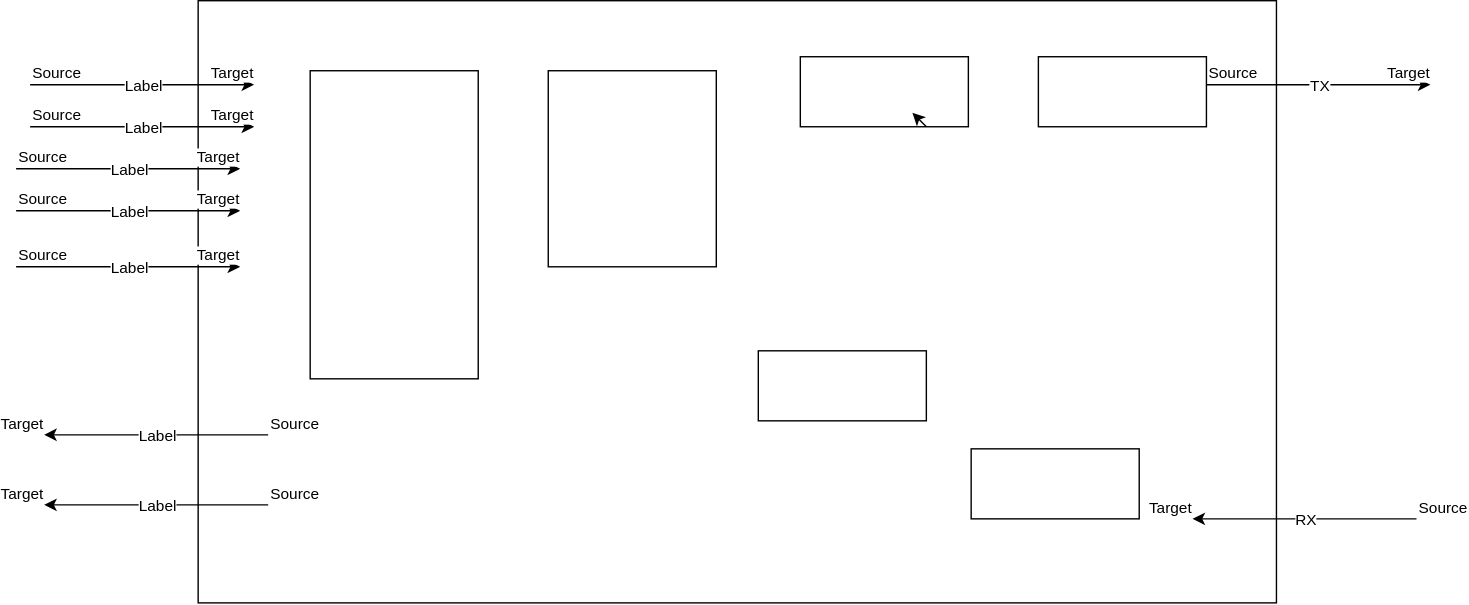
TushaFalia/Assignment keeps this draw.io diagram as Diagrams/apb_uart.drawio.svg. Above is the earlier version. Source tidied: cells renumbered, new cells last; positions are measured from the earlier drawing's top-left corner, leaving out a move shared by most shapes. The source it was exported from:
```xml
<mxGraphModel>
  <root>
    <mxCell id="0" />
    <mxCell id="1" parent="0" />
    <mxCell id="2" style="rounded=0;whiteSpace=wrap;html=1;" parent="1" vertex="1">
      <mxGeometry x="130" width="770" height="430" as="geometry" />
    </mxCell>
    <mxCell id="3" style="endArrow=classic;html=1;" parent="1" edge="1">
      <mxGeometry relative="1" as="geometry">
        <mxPoint x="850" y="60" as="sourcePoint" />
        <mxPoint x="1010" y="60" as="targetPoint" />
      </mxGeometry>
    </mxCell>
    <mxCell id="4" value="TX" style="edgeLabel;html=1;align=center;verticalAlign=middle;" parent="3" vertex="1">
      <mxGeometry relative="1" as="geometry" />
    </mxCell>
    <mxCell id="5" value="Source" style="edgeLabel;html=1;align=left;verticalAlign=bottom;" parent="3" vertex="1">
      <mxGeometry x="-1" relative="1" as="geometry" />
    </mxCell>
    <mxCell id="6" value="Target" style="edgeLabel;html=1;align=right;verticalAlign=bottom;" parent="3" vertex="1">
      <mxGeometry x="1" relative="1" as="geometry" />
    </mxCell>
    <mxCell id="7" style="endArrow=classic;html=1;" parent="1" edge="1">
      <mxGeometry relative="1" as="geometry">
        <mxPoint x="1000" y="370" as="sourcePoint" />
        <mxPoint x="840" y="370" as="targetPoint" />
      </mxGeometry>
    </mxCell>
    <mxCell id="8" value="RX" style="edgeLabel;html=1;align=center;verticalAlign=middle;" parent="7" vertex="1">
      <mxGeometry relative="1" as="geometry" />
    </mxCell>
    <mxCell id="9" value="Source" style="edgeLabel;html=1;align=left;verticalAlign=bottom;" parent="7" vertex="1">
      <mxGeometry x="-1" relative="1" as="geometry" />
    </mxCell>
    <mxCell id="10" value="Target" style="edgeLabel;html=1;align=right;verticalAlign=bottom;" parent="7" vertex="1">
      <mxGeometry x="1" relative="1" as="geometry" />
    </mxCell>
    <mxCell id="11" style="endArrow=classic;html=1;" parent="1" edge="1">
      <mxGeometry relative="1" as="geometry">
        <mxPoint x="10" y="60" as="sourcePoint" />
        <mxPoint x="170" y="60" as="targetPoint" />
      </mxGeometry>
    </mxCell>
    <mxCell id="12" value="Label" style="edgeLabel;html=1;align=center;verticalAlign=middle;" parent="11" vertex="1">
      <mxGeometry relative="1" as="geometry" />
    </mxCell>
    <mxCell id="13" value="Source" style="edgeLabel;html=1;align=left;verticalAlign=bottom;" parent="11" vertex="1">
      <mxGeometry x="-1" relative="1" as="geometry" />
    </mxCell>
    <mxCell id="14" value="Target" style="edgeLabel;html=1;align=right;verticalAlign=bottom;" parent="11" vertex="1">
      <mxGeometry x="1" relative="1" as="geometry" />
    </mxCell>
    <mxCell id="15" style="endArrow=classic;html=1;" parent="1" edge="1">
      <mxGeometry relative="1" as="geometry">
        <mxPoint x="10" y="90" as="sourcePoint" />
        <mxPoint x="170" y="90" as="targetPoint" />
      </mxGeometry>
    </mxCell>
    <mxCell id="16" value="Label" style="edgeLabel;html=1;align=center;verticalAlign=middle;" parent="15" vertex="1">
      <mxGeometry relative="1" as="geometry" />
    </mxCell>
    <mxCell id="17" value="Source" style="edgeLabel;html=1;align=left;verticalAlign=bottom;" parent="15" vertex="1">
      <mxGeometry x="-1" relative="1" as="geometry" />
    </mxCell>
    <mxCell id="18" value="Target" style="edgeLabel;html=1;align=right;verticalAlign=bottom;" parent="15" vertex="1">
      <mxGeometry x="1" relative="1" as="geometry" />
    </mxCell>
    <mxCell id="19" style="endArrow=classic;html=1;" parent="1" edge="1">
      <mxGeometry relative="1" as="geometry">
        <mxPoint y="120" as="sourcePoint" />
        <mxPoint x="160" y="120" as="targetPoint" />
      </mxGeometry>
    </mxCell>
    <mxCell id="20" value="Label" style="edgeLabel;html=1;align=center;verticalAlign=middle;" parent="19" vertex="1">
      <mxGeometry relative="1" as="geometry" />
    </mxCell>
    <mxCell id="21" value="Source" style="edgeLabel;html=1;align=left;verticalAlign=bottom;" parent="19" vertex="1">
      <mxGeometry x="-1" relative="1" as="geometry" />
    </mxCell>
    <mxCell id="22" value="Target" style="edgeLabel;html=1;align=right;verticalAlign=bottom;" parent="19" vertex="1">
      <mxGeometry x="1" relative="1" as="geometry" />
    </mxCell>
    <mxCell id="23" style="endArrow=classic;html=1;" parent="1" edge="1">
      <mxGeometry relative="1" as="geometry">
        <mxPoint y="150" as="sourcePoint" />
        <mxPoint x="160" y="150" as="targetPoint" />
      </mxGeometry>
    </mxCell>
    <mxCell id="24" value="Label" style="edgeLabel;html=1;align=center;verticalAlign=middle;" parent="23" vertex="1">
      <mxGeometry relative="1" as="geometry" />
    </mxCell>
    <mxCell id="25" value="Source" style="edgeLabel;html=1;align=left;verticalAlign=bottom;" parent="23" vertex="1">
      <mxGeometry x="-1" relative="1" as="geometry" />
    </mxCell>
    <mxCell id="26" value="Target" style="edgeLabel;html=1;align=right;verticalAlign=bottom;" parent="23" vertex="1">
      <mxGeometry x="1" relative="1" as="geometry" />
    </mxCell>
    <mxCell id="27" style="endArrow=classic;html=1;" parent="1" edge="1">
      <mxGeometry relative="1" as="geometry">
        <mxPoint y="190" as="sourcePoint" />
        <mxPoint x="160" y="190" as="targetPoint" />
      </mxGeometry>
    </mxCell>
    <mxCell id="28" value="Label" style="edgeLabel;html=1;align=center;verticalAlign=middle;" parent="27" vertex="1">
      <mxGeometry relative="1" as="geometry" />
    </mxCell>
    <mxCell id="29" value="Source" style="edgeLabel;html=1;align=left;verticalAlign=bottom;" parent="27" vertex="1">
      <mxGeometry x="-1" relative="1" as="geometry" />
    </mxCell>
    <mxCell id="30" value="Target" style="edgeLabel;html=1;align=right;verticalAlign=bottom;" parent="27" vertex="1">
      <mxGeometry x="1" relative="1" as="geometry" />
    </mxCell>
    <mxCell id="31" style="endArrow=classic;html=1;" parent="1" edge="1">
      <mxGeometry relative="1" as="geometry">
        <mxPoint x="180" y="310" as="sourcePoint" />
        <mxPoint x="20" y="310" as="targetPoint" />
      </mxGeometry>
    </mxCell>
    <mxCell id="32" value="Label" style="edgeLabel;html=1;align=center;verticalAlign=middle;" parent="31" vertex="1">
      <mxGeometry relative="1" as="geometry" />
    </mxCell>
    <mxCell id="33" value="Source" style="edgeLabel;html=1;align=left;verticalAlign=bottom;" parent="31" vertex="1">
      <mxGeometry x="-1" relative="1" as="geometry" />
    </mxCell>
    <mxCell id="34" value="Target" style="edgeLabel;html=1;align=right;verticalAlign=bottom;" parent="31" vertex="1">
      <mxGeometry x="1" relative="1" as="geometry" />
    </mxCell>
    <mxCell id="35" style="endArrow=classic;html=1;" parent="1" edge="1">
      <mxGeometry relative="1" as="geometry">
        <mxPoint x="180" y="360" as="sourcePoint" />
        <mxPoint x="20" y="360" as="targetPoint" />
      </mxGeometry>
    </mxCell>
    <mxCell id="36" value="Label" style="edgeLabel;html=1;align=center;verticalAlign=middle;" parent="35" vertex="1">
      <mxGeometry relative="1" as="geometry" />
    </mxCell>
    <mxCell id="37" value="Source" style="edgeLabel;html=1;align=left;verticalAlign=bottom;" parent="35" vertex="1">
      <mxGeometry x="-1" relative="1" as="geometry" />
    </mxCell>
    <mxCell id="38" value="Target" style="edgeLabel;html=1;align=right;verticalAlign=bottom;" parent="35" vertex="1">
      <mxGeometry x="1" relative="1" as="geometry" />
    </mxCell>
    <mxCell id="39" style="rounded=0;whiteSpace=wrap;html=1;" parent="1" vertex="1">
      <mxGeometry x="210" y="50" width="120" height="220" as="geometry" />
    </mxCell>
    <mxCell id="40" style="rounded=0;whiteSpace=wrap;html=1;" parent="1" vertex="1">
      <mxGeometry x="380" y="50" width="120" height="140" as="geometry" />
    </mxCell>
    <mxCell id="41" style="rounded=0;whiteSpace=wrap;html=1;" parent="1" vertex="1">
      <mxGeometry x="560" y="40" width="120" height="50" as="geometry" />
    </mxCell>
    <mxCell id="42" style="edgeStyle=none;html=1;exitX=0.75;exitY=1;exitDx=0;exitDy=0;entryX=0.667;entryY=0.8;entryDx=0;entryDy=0;entryPerimeter=0;" parent="1" edge="1" source="41" target="41">
      <mxGeometry relative="1" as="geometry" />
    </mxCell>
    <mxCell id="43" style="rounded=0;whiteSpace=wrap;html=1;" parent="1" vertex="1">
      <mxGeometry x="530" y="250" width="120" height="50" as="geometry" />
    </mxCell>
    <mxCell id="44" style="rounded=0;whiteSpace=wrap;html=1;" parent="1" vertex="1">
      <mxGeometry x="730" y="40" width="120" height="50" as="geometry" />
    </mxCell>
    <mxCell id="45" style="rounded=0;whiteSpace=wrap;html=1;" parent="1" vertex="1">
      <mxGeometry x="682" y="320" width="120" height="50" as="geometry" />
    </mxCell>
  </root>
</mxGraphModel>
```
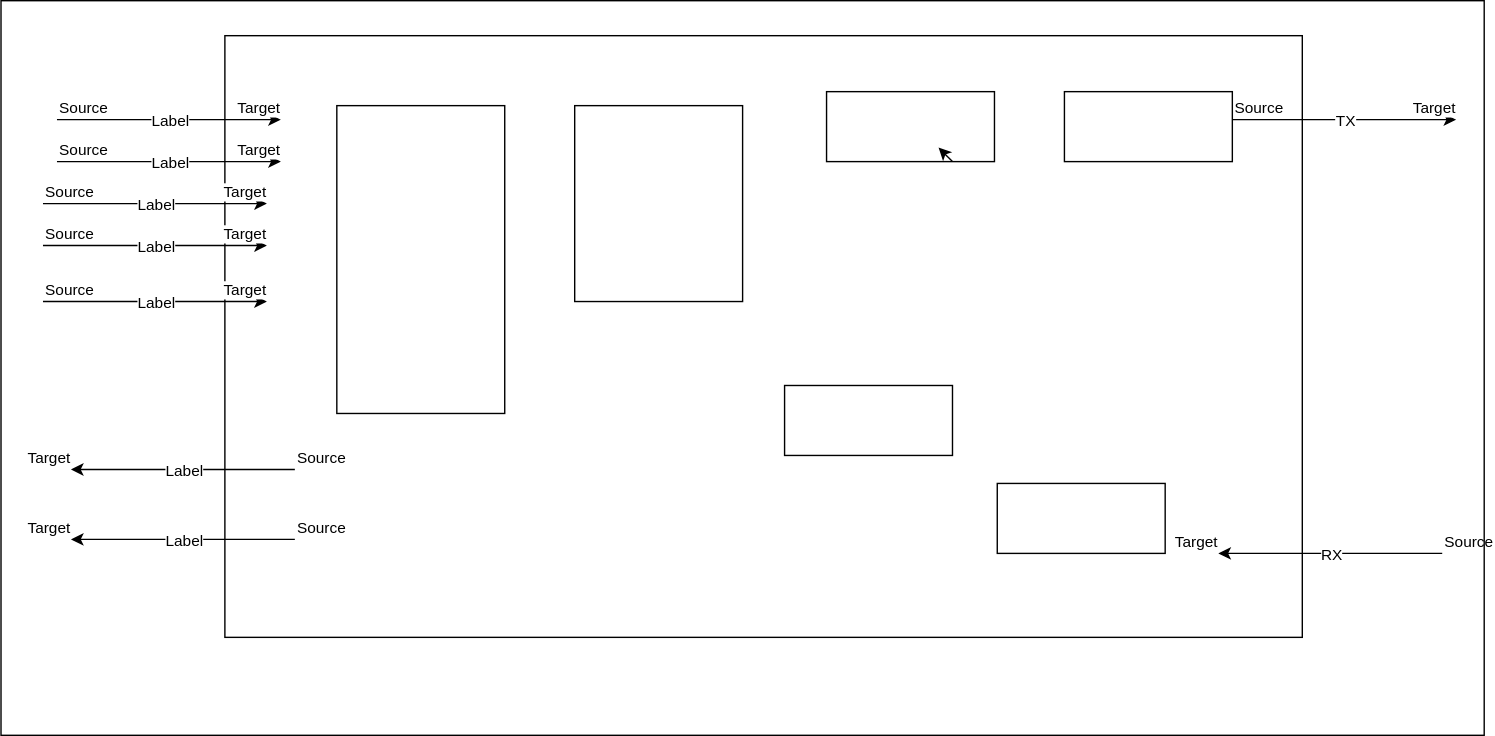
The same file after the commit.

Change to the diagram source:
```diff
@@ -161,5 +161,8 @@
     <mxCell id="45" style="rounded=0;whiteSpace=wrap;html=1;" parent="1" vertex="1">
       <mxGeometry x="682" y="320" width="120" height="50" as="geometry" />
     </mxCell>
+    <mxCell id="46" style="rounded=0;whiteSpace=wrap;html=1;gradientColor=default;fillColor=none;" parent="1" vertex="1">
+      <mxGeometry x="-30" y="-25" width="1060" height="525" as="geometry" />
+    </mxCell>
   </root>
 </mxGraphModel>
```
